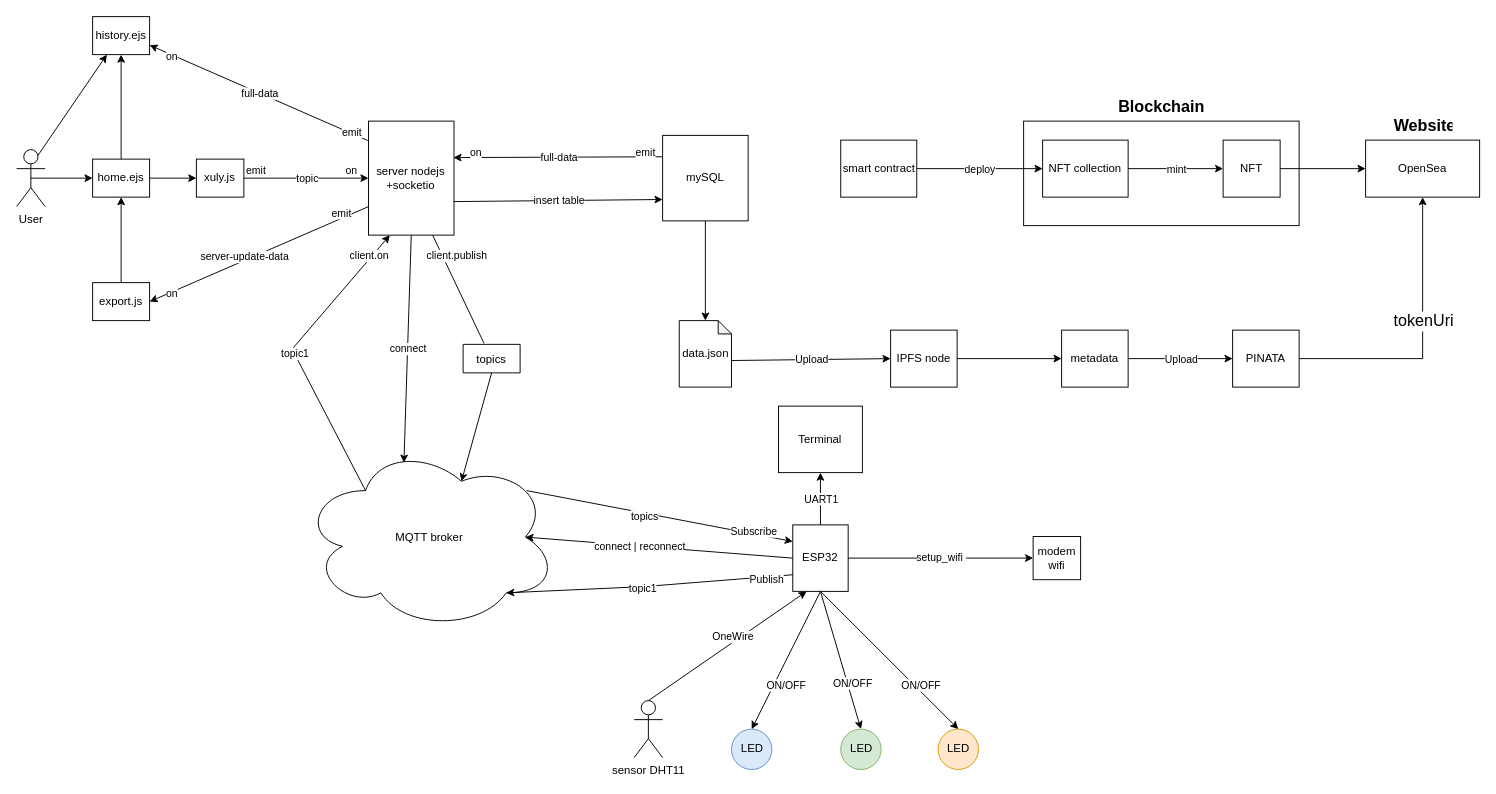
Above: Contest1/Untitled Diagram.drawio in IcyWaterDL/CTDL-GT-D18 (draw.io), before the change. Source tidied: cells renumbered, new cells numbered last; positions are measured from the earlier drawing's top-left corner, leaving out a move shared by most shapes. Both pictures are drawn from the tidied source at 95%, with x=0, y=0 at pixel (16, 16).
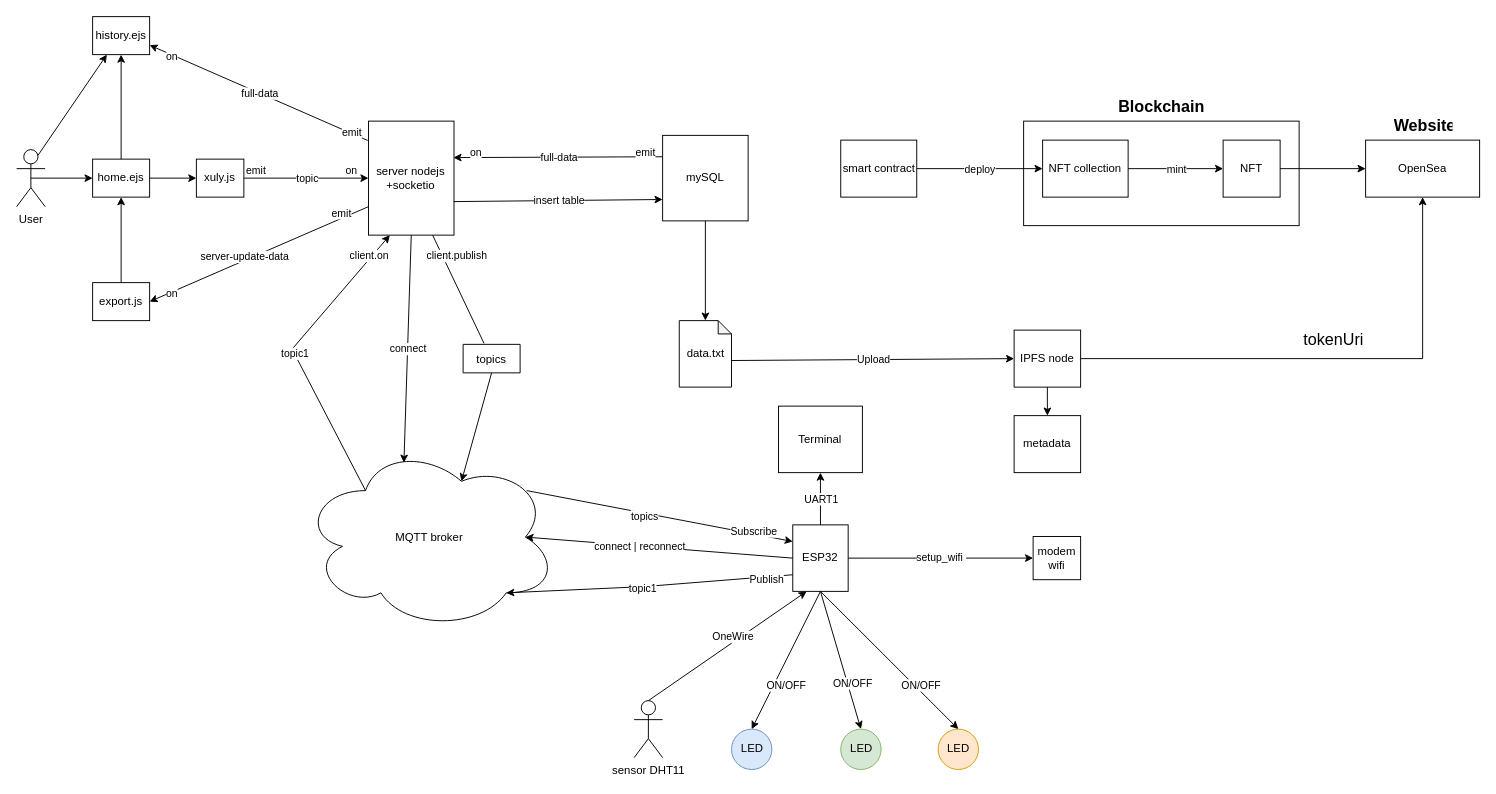
Above is the later version.

The change refers to these unchanged cells:
```xml
<mxCell id="82" value="OpenSea" style="rounded=0;whiteSpace=wrap;html=1;labelBackgroundColor=default;fontColor=#000000;" parent="1" vertex="1">
  <mxGeometry x="1420" y="130" width="120" height="60" as="geometry" />
</mxCell>
```

Change to the diagram source:
```diff
@@
     <mxCell id="68" value="IPFS node" style="rounded=0;whiteSpace=wrap;html=1;labelBackgroundColor=none;fontColor=#000000;" parent="1" vertex="1">
-      <mxGeometry x="920" y="330" width="70" height="60" as="geometry" />
+      <mxGeometry x="1050" y="330" width="70" height="60" as="geometry" />
     </mxCell>
-    <mxCell id="69" value="PINATA" style="rounded=0;whiteSpace=wrap;html=1;labelBackgroundColor=none;fontColor=#000000;" parent="1" vertex="1">
-      <mxGeometry x="1280" y="330" width="70" height="60" as="geometry" />
-    </mxCell>
-    <mxCell id="70" value="data.json" style="shape=note;whiteSpace=wrap;html=1;backgroundOutline=1;darkOpacity=0.05;rounded=0;labelBackgroundColor=none;fontColor=#000000;size=14;" parent="1" vertex="1">
+    <mxCell id="70" value="data.txt" style="shape=note;whiteSpace=wrap;html=1;backgroundOutline=1;darkOpacity=0.05;rounded=0;labelBackgroundColor=none;fontColor=#000000;size=14;" parent="1" vertex="1">
       <mxGeometry x="697.5" y="320" width="55" height="70" as="geometry" />
     </mxCell>
@@
     <mxCell id="74" value="metadata" style="rounded=0;whiteSpace=wrap;html=1;labelBackgroundColor=default;fontColor=#000000;" parent="1" vertex="1">
-      <mxGeometry x="1100" y="330" width="70" height="60" as="geometry" />
+      <mxGeometry x="1050" y="420" width="70" height="60" as="geometry" />
     </mxCell>
-    <mxCell id="75" style="endArrow=classic;html=1;rounded=0;fontColor=#000000;exitX=1;exitY=0.5;exitDx=0;exitDy=0;entryX=0;entryY=0.5;entryDx=0;entryDy=0;" parent="1" edge="1" source="68" target="74">
+    <mxCell id="75" style="endArrow=classic;html=1;rounded=0;fontColor=#000000;exitX=0.5;exitY=1;exitDx=0;exitDy=0;entryX=0.5;entryY=0;entryDx=0;entryDy=0;" parent="1" edge="1" source="68" target="74">
       <mxGeometry relative="1" as="geometry" />
     </mxCell>
@@
-    <mxCell id="85" style="endArrow=classic;html=1;rounded=0;fontSize=17;fontColor=#000000;exitX=1;exitY=0.5;exitDx=0;exitDy=0;entryX=0.5;entryY=1;entryDx=0;entryDy=0;" parent="1" edge="1" source="69" target="82">
+    <mxCell id="85" style="endArrow=classic;html=1;rounded=0;fontSize=17;fontColor=#000000;exitX=1;exitY=0.5;exitDx=0;exitDy=0;entryX=0.5;entryY=1;entryDx=0;entryDy=0;" parent="1" edge="1" source="68" target="82">
       <mxGeometry relative="1" as="geometry">
         <Array as="points">
           <mxPoint x="1480" y="360" />
         </Array>
       </mxGeometry>
     </mxCell>
@@
-    <mxCell id="91" style="endArrow=classic;html=1;rounded=0;fontSize=11;fontColor=#000000;entryX=0;entryY=0.5;entryDx=0;entryDy=0;exitX=1;exitY=0.5;exitDx=0;exitDy=0;" parent="1" edge="1" source="74" target="69">
-      <mxGeometry relative="1" as="geometry" />
-    </mxCell>
-    <mxCell id="92" value="Upload" style="edgeLabel;html=1;align=center;verticalAlign=middle;rounded=0;labelBackgroundColor=default;fontSize=11;fontColor=#000000;" parent="91" vertex="1">
-      <mxGeometry relative="1" as="geometry" />
-    </mxCell>
```
